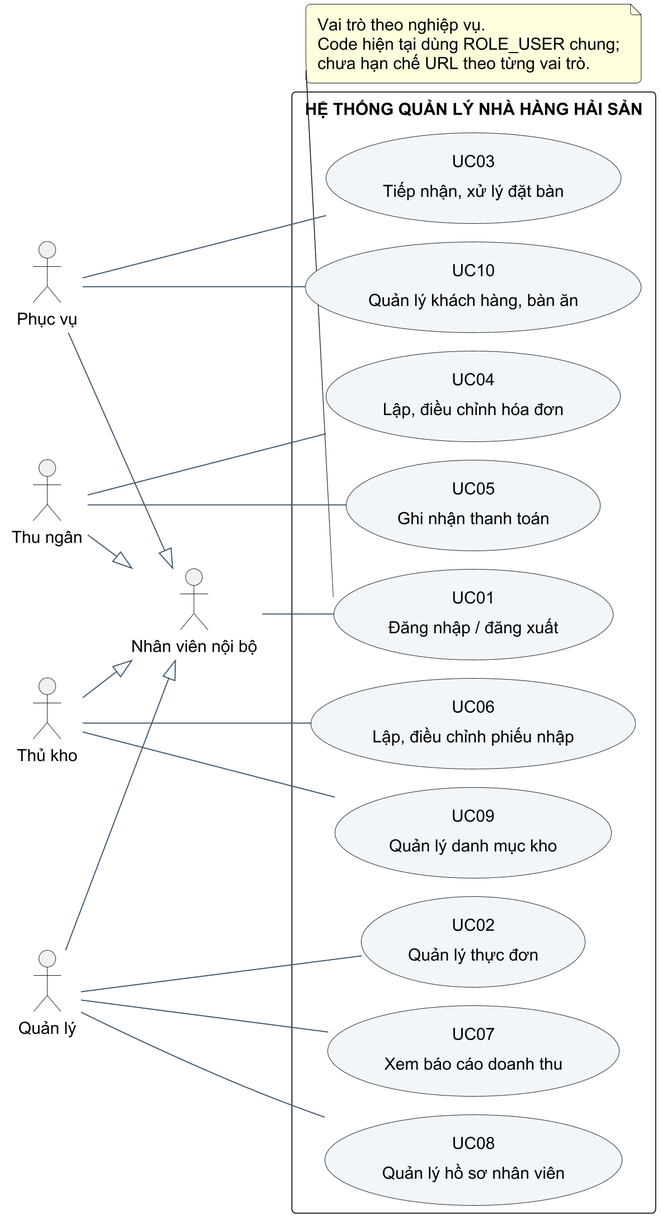
hoangbelike2004/QuanLyNHHS keeps this PlantUML diagram as BaoCao_PTTKHDoiTuong/so_do/01_use_case.png. Above is the earlier version. The source it was exported from:
```plantuml
@startuml
!pragma layout smetana
skinparam defaultFontName Arial
skinparam defaultFontSize 16
skinparam dpi 180
skinparam backgroundColor white
skinparam shadowing false
skinparam roundcorner 8
skinparam ArrowColor #37536B
skinparam classBackgroundColor #F0F6FA
skinparam classBorderColor #37536B
skinparam usecaseBackgroundColor #F0F6FA
skinparam packageBackgroundColor #FFFFFF
skinparam sequenceParticipantBackgroundColor #EDF4F8
skinparam sequenceLifeLineBorderColor #78909C
skinparam sequenceMessageAlign center
skinparam padding 5
hide circle
left to right direction
actor "Nhân viên nội bộ" as NV
actor "Phục vụ" as PV
actor "Thu ngân" as TN
actor "Thủ kho" as TK
actor "Quản lý" as QL
PV --|> NV
TN --|> NV
TK --|> NV
QL --|> NV
rectangle "HỆ THỐNG QUẢN LÝ NHÀ HÀNG HẢI SẢN" {
 usecase "UC01\nĐăng nhập / đăng xuất" as U1
 usecase "UC02\nQuản lý thực đơn" as U2
 usecase "UC03\nTiếp nhận, xử lý đặt bàn" as U3
 usecase "UC04\nLập, điều chỉnh hóa đơn" as U4
 usecase "UC05\nGhi nhận thanh toán" as U5
 usecase "UC06\nLập, điều chỉnh phiếu nhập" as U6
 usecase "UC07\nXem báo cáo doanh thu" as U7
 usecase "UC08\nQuản lý hồ sơ nhân viên" as U8
 usecase "UC09\nQuản lý danh mục kho" as U9
 usecase "UC10\nQuản lý khách hàng, bàn ăn" as U10
}
NV -- U1
PV -- U3
PV -- U10
TN -- U4
TN -- U5
QL -- U2
QL -- U7
QL -- U8
TK -- U6
TK -- U9
note bottom of U1
Vai trò theo nghiệp vụ.
Code hiện tại dùng ROLE_USER chung;
chưa hạn chế URL theo từng vai trò.
end note

@enduml
```
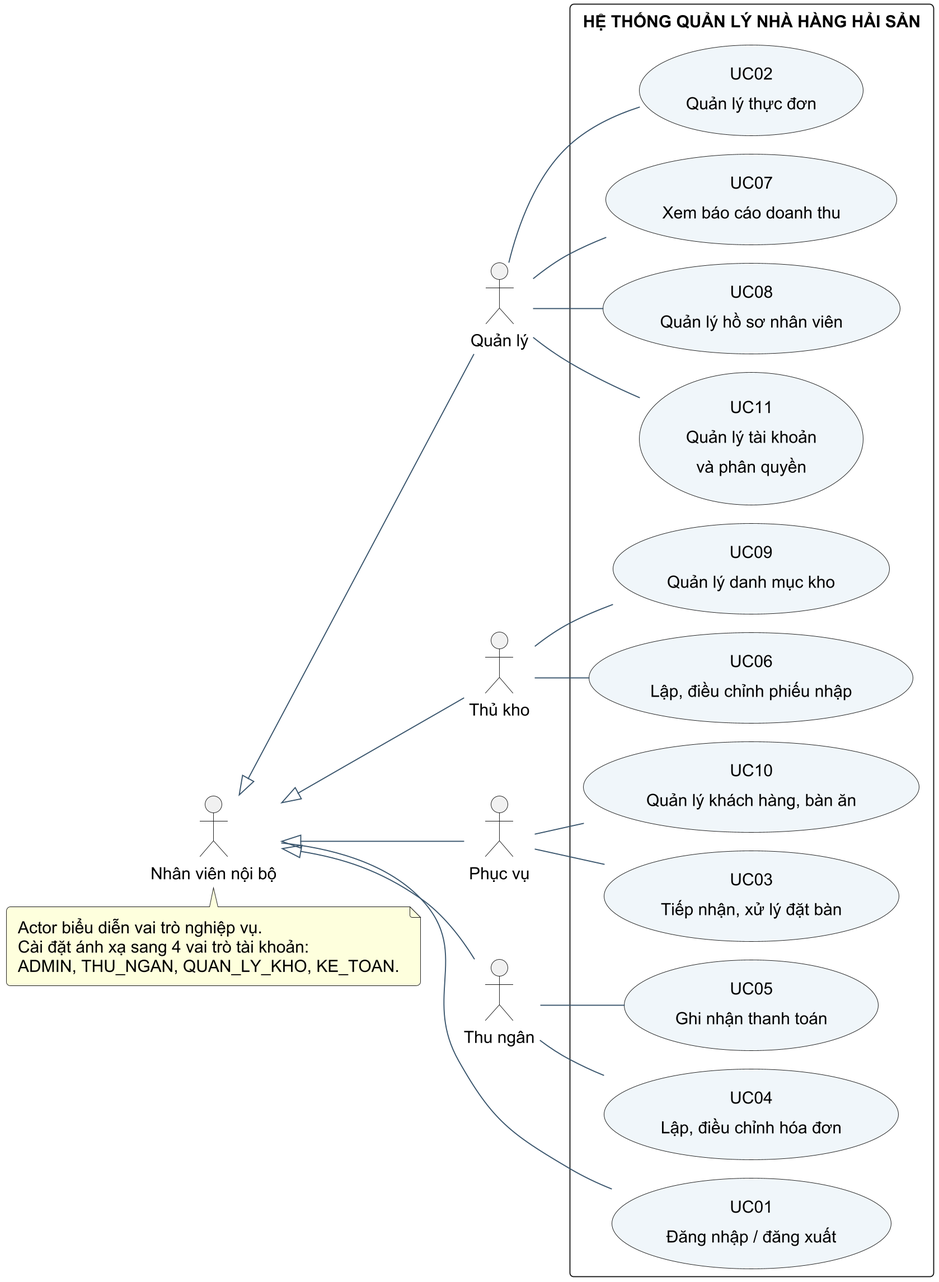
After the change.

Change to the diagram source:
```diff
@@ -18,40 +18,41 @@
 hide circle
 left to right direction
 actor "Nhân viên nội bộ" as NV
+actor "Quản lý" as QL
+actor "Thủ kho" as TK
 actor "Phục vụ" as PV
 actor "Thu ngân" as TN
-actor "Thủ kho" as TK
-actor "Quản lý" as QL
-PV --|> NV
-TN --|> NV
-TK --|> NV
-QL --|> NV
+NV <|-- QL
+NV <|-- TK
+NV <|-- PV
+NV <|-- TN
 rectangle "HỆ THỐNG QUẢN LÝ NHÀ HÀNG HẢI SẢN" {
+ usecase "UC11\nQuản lý tài khoản\nvà phân quyền" as U11
+ usecase "UC02\nQuản lý thực đơn" as U2
+ usecase "UC07\nXem báo cáo doanh thu" as U7
+ usecase "UC08\nQuản lý hồ sơ nhân viên" as U8
+ usecase "UC06\nLập, điều chỉnh phiếu nhập" as U6
+ usecase "UC09\nQuản lý danh mục kho" as U9
  usecase "UC01\nĐăng nhập / đăng xuất" as U1
- usecase "UC02\nQuản lý thực đơn" as U2
  usecase "UC03\nTiếp nhận, xử lý đặt bàn" as U3
+ usecase "UC10\nQuản lý khách hàng, bàn ăn" as U10
  usecase "UC04\nLập, điều chỉnh hóa đơn" as U4
  usecase "UC05\nGhi nhận thanh toán" as U5
- usecase "UC06\nLập, điều chỉnh phiếu nhập" as U6
- usecase "UC07\nXem báo cáo doanh thu" as U7
- usecase "UC08\nQuản lý hồ sơ nhân viên" as U8
- usecase "UC09\nQuản lý danh mục kho" as U9
- usecase "UC10\nQuản lý khách hàng, bàn ăn" as U10
 }
+QL -- U11
+QL -- U2
+QL -- U7
+QL -- U8
+TK -- U6
+TK -- U9
 NV -- U1
 PV -- U3
 PV -- U10
 TN -- U4
 TN -- U5
-QL -- U2
-QL -- U7
-QL -- U8
-TK -- U6
-TK -- U9
-note bottom of U1
-Vai trò theo nghiệp vụ.
-Code hiện tại dùng ROLE_USER chung;
-chưa hạn chế URL theo từng vai trò.
+note bottom of NV
+Actor biểu diễn vai trò nghiệp vụ.
+Cài đặt ánh xạ sang 4 vai trò tài khoản:
+ADMIN, THU_NGAN, QUAN_LY_KHO, KE_TOAN.
 end note
-
 @enduml
```
